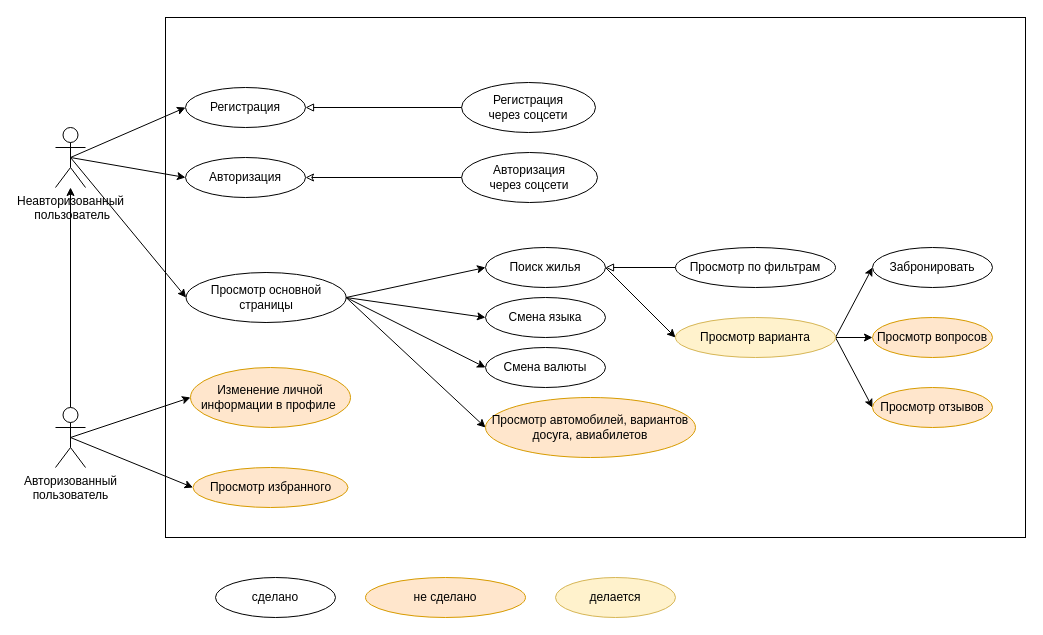
david-d25/testing-labwork3 keeps this draw.io diagram as uml.drawio. Above is the earlier version. Source tidied: cells renumbered, new cells numbered last; positions are measured from the earlier drawing's top-left corner, leaving out a move shared by most shapes. Both pictures are drawn from the tidied source at 100%, with x=0, y=0 at pixel (55, 17).
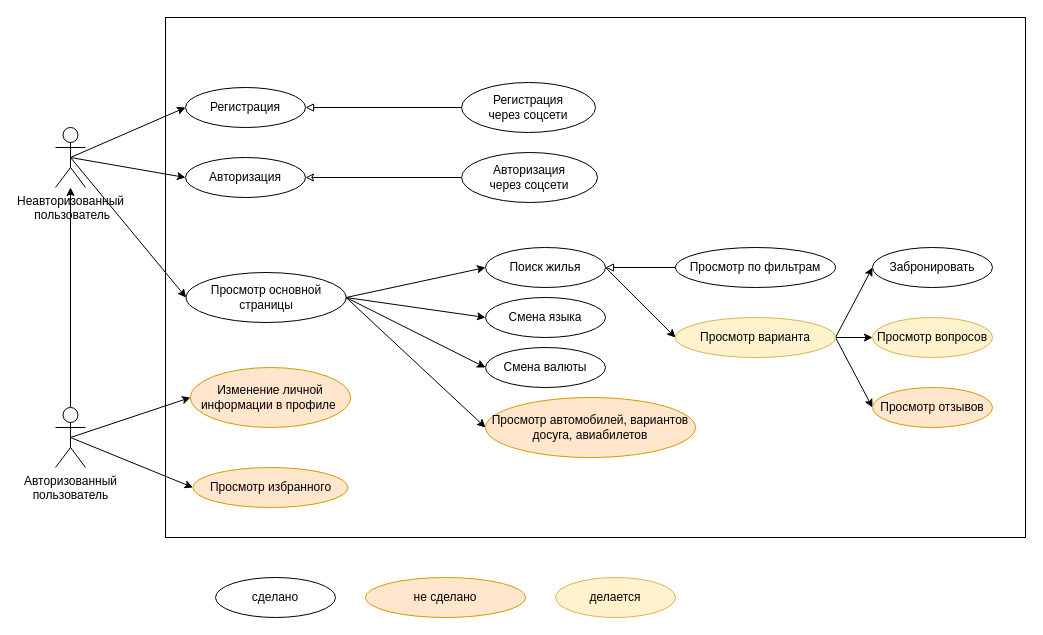
The same page after the edit.

Diff of the diagram source:
```diff
@@
-    <mxCell id="36" value="Просмотр вопросов" style="ellipse;whiteSpace=wrap;html=1;fillColor=#ffe6cc;strokeColor=#d79b00;" parent="1" vertex="1">
+    <mxCell id="36" value="Просмотр вопросов" style="ellipse;whiteSpace=wrap;html=1;fillColor=#fff2cc;strokeColor=#d6b656;" parent="1" vertex="1">
       <mxGeometry x="817" y="300" width="120" height="40" as="geometry" />
     </mxCell>
```
